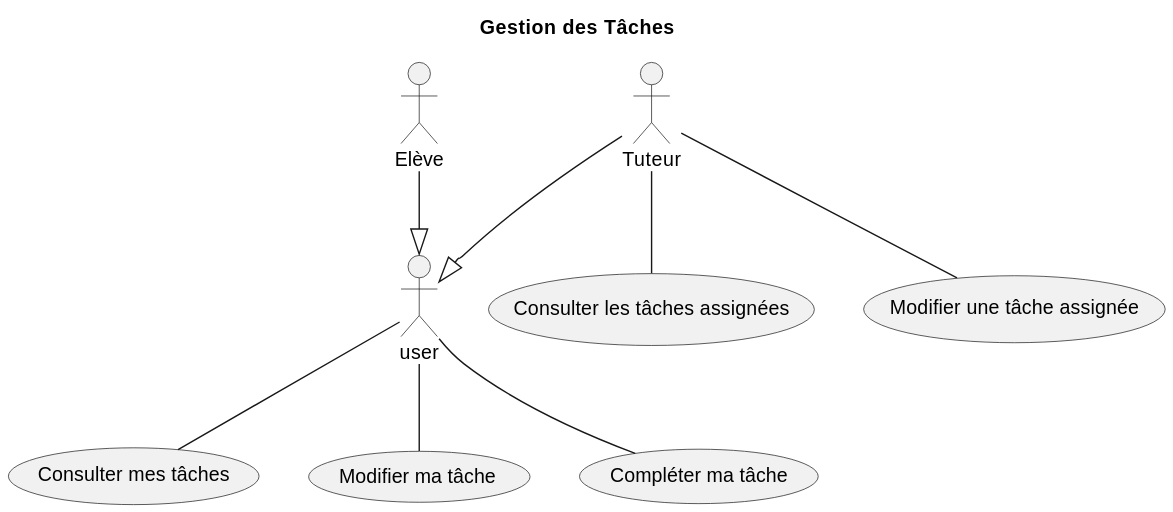
Above: site/diagrams/tasks/task_management.svg in KMBCL/P3_specifications (PlantUML), before the change. Source of this version:
```plantuml
@startuml
title Gestion des Tâches

!include /specifications/docs/diagrams/actors/common.puml

student --|> user
tutor --|> user

usecase "Consulter mes tâches" as see_owned_tasks
usecase "Consulter les tâches assignées" as see_student_assigned_tasks
usecase "Modifier une tâche assignée" as update_student_assigned_task
usecase "Modifier ma tâche" as update_task
usecase "Compléter ma tâche" as complete_task

user -- see_owned_tasks
user -- complete_task
user -- update_task

tutor -- see_student_assigned_tasks
tutor -- update_student_assigned_task
@enduml
```
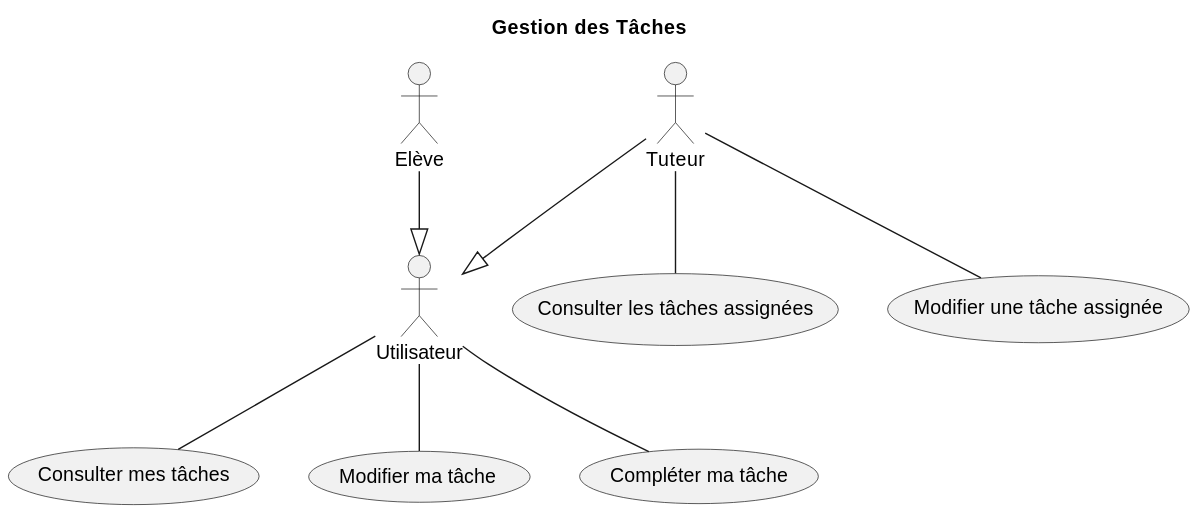
After the commit.

Diff of the diagram source:
```diff
@@ -3,8 +3,8 @@
 
 !include /specifications/docs/diagrams/actors/common.puml
 
-student --|> user
-tutor --|> user
+student --|> Utilisateur
+tutor --|> Utilisateur
 
 usecase "Consulter mes tâches" as see_owned_tasks
 usecase "Consulter les tâches assignées" as see_student_assigned_tasks
@@ -12,9 +12,9 @@
 usecase "Modifier ma tâche" as update_task
 usecase "Compléter ma tâche" as complete_task
 
-user -- see_owned_tasks
-user -- complete_task
-user -- update_task
+Utilisateur -- see_owned_tasks
+Utilisateur -- complete_task
+Utilisateur -- update_task
 
 tutor -- see_student_assigned_tasks
 tutor -- update_student_assigned_task
```
